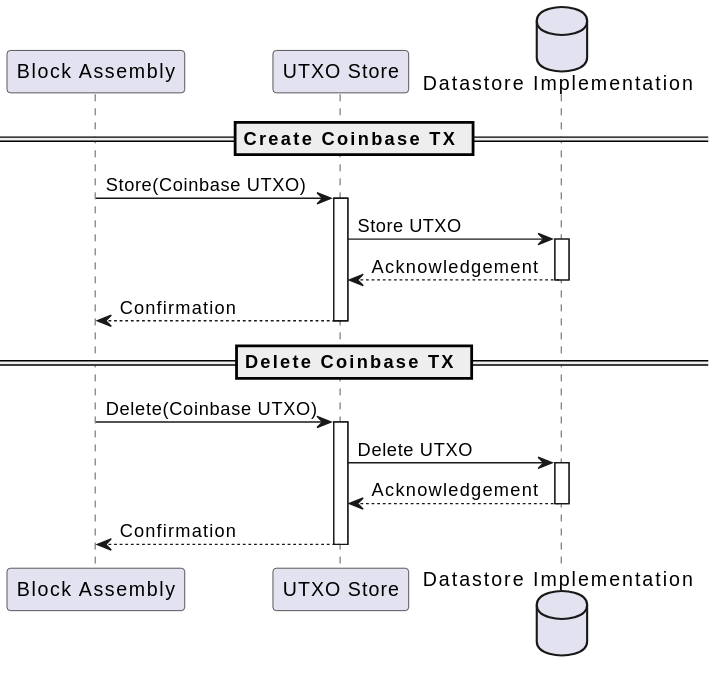
Above: docs/services/img/plantuml/utxo/utxo_block_assembly.svg in freemans13/teranode (PlantUML), before the change. Its source is kept beside it as docs/services/img/plantuml/utxo/utxo_block_assembly.puml. The source it was exported from:
```plantuml
@startuml
participant "Block Assembly" as BlockAssembly
participant "UTXO Store" as UTXOStore
database "Datastore Implementation" as Datastore

== Create Coinbase TX ==

BlockAssembly -> UTXOStore: Store(Coinbase UTXO)
activate UTXOStore

UTXOStore -> Datastore: Store UTXO
activate Datastore
Datastore --> UTXOStore: Acknowledgement
deactivate Datastore

UTXOStore --> BlockAssembly: Confirmation
deactivate UTXOStore


== Delete Coinbase TX ==

BlockAssembly -> UTXOStore: Delete(Coinbase UTXO)
activate UTXOStore

UTXOStore -> Datastore: Delete UTXO
activate Datastore
Datastore --> UTXOStore: Acknowledgement
deactivate Datastore

UTXOStore --> BlockAssembly: Confirmation
deactivate UTXOStore

@enduml
```
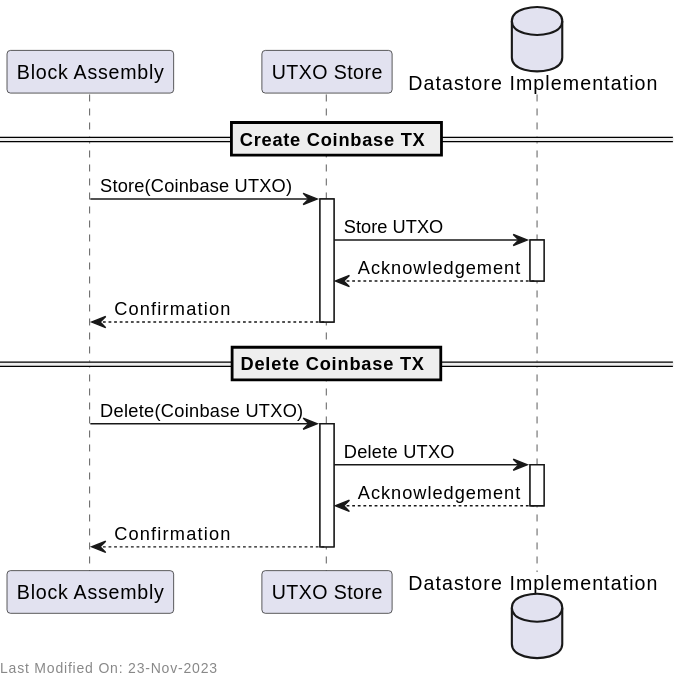
The same file after the commit.

What changed in the source:
```diff
@@ -30,4 +30,6 @@
 UTXOStore --> BlockAssembly: Confirmation
 deactivate UTXOStore
 
+left footer Last Modified On: 23-Nov-2023
+
 @enduml
```
